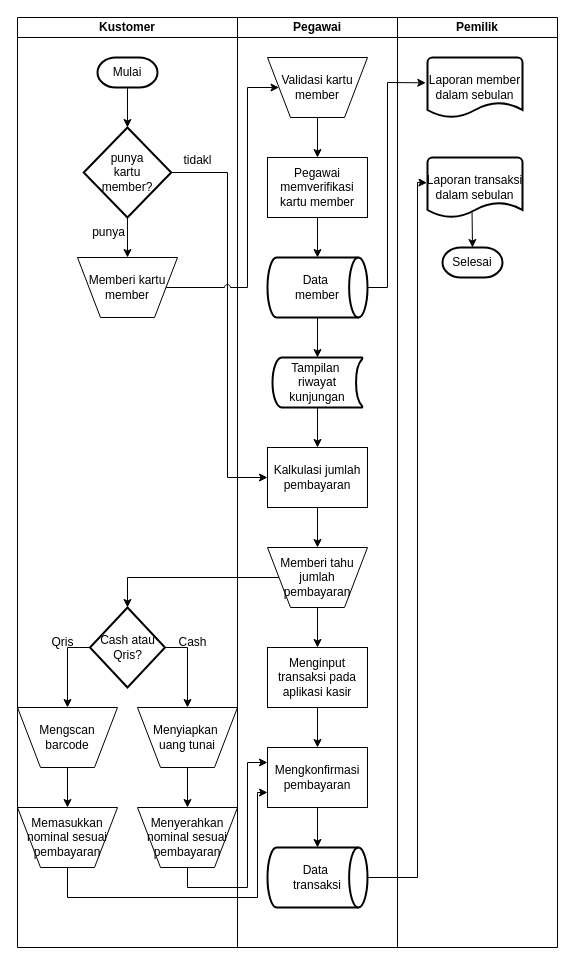
yogadwipayana/ERD keeps this draw.io diagram as Sistem Flow Barbershop[.drawio. Above is the earlier version. Source tidied: cells renumbered, new cells numbered last; positions are measured from the earlier drawing's top-left corner, leaving out a move shared by most shapes. Both pictures are drawn from the tidied source at 100%, with x=0, y=0 at pixel (17, 17).
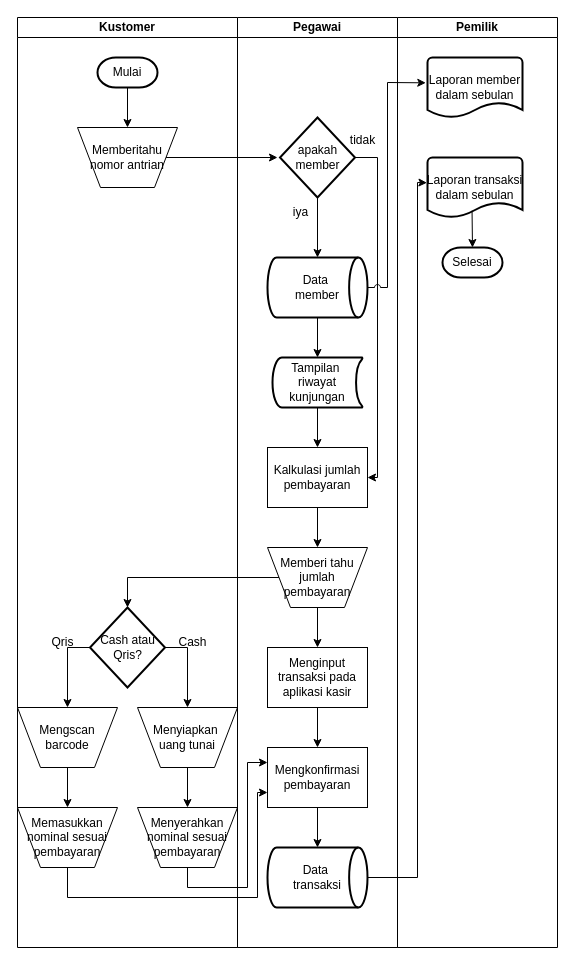
Above is the later version.

The change refers to these unchanged cells:
```xml
<mxCell id="2" value="Kustomer" style="swimlane;startSize=20;whiteSpace=wrap;html=1;" parent="1" vertex="1">
  <mxGeometry width="220" height="930" as="geometry" />
</mxCell>
<mxCell id="4" value="Mulai" style="strokeWidth=2;html=1;shape=mxgraph.flowchart.terminator;whiteSpace=wrap;" parent="2" vertex="1">
  <mxGeometry x="80" y="40" width="60" height="30" as="geometry" />
</mxCell>
<mxCell id="20" value="Pegawai" style="swimlane;startSize=20;whiteSpace=wrap;html=1;" parent="1" vertex="1">
  <mxGeometry x="220" width="160" height="930" as="geometry" />
</mxCell>
<mxCell id="26" value="&lt;div&gt;&lt;span style=&quot;background-color: transparent; color: light-dark(rgb(0, 0, 0), rgb(255, 255, 255));&quot;&gt;Kalkulasi jumlah pembayaran&lt;/span&gt;&lt;/div&gt;" style="whiteSpace=wrap;html=1;" parent="20" vertex="1">
  <mxGeometry x="30" y="430" width="100" height="60" as="geometry" />
</mxCell>
<mxCell id="35" value="Data&amp;nbsp;&lt;div&gt;member&lt;/div&gt;" style="strokeWidth=2;html=1;shape=mxgraph.flowchart.direct_data;whiteSpace=wrap;" parent="20" vertex="1">
  <mxGeometry x="30" y="240" width="100" height="60" as="geometry" />
</mxCell>
<mxCell id="42" value="Laporan&amp;nbsp;&lt;span style=&quot;background-color: transparent; color: light-dark(rgb(0, 0, 0), rgb(255, 255, 255));&quot;&gt;member&lt;/span&gt;&lt;div&gt;dalam sebulan&lt;/div&gt;" style="strokeWidth=2;html=1;shape=mxgraph.flowchart.document2;whiteSpace=wrap;size=0.25;" parent="38" vertex="1">
  <mxGeometry x="30" y="40" width="95" height="60" as="geometry" />
</mxCell>
```

Change to the diagram source:
```diff
@@
-    <mxCell id="3" value="punya&lt;div&gt;kartu&lt;/div&gt;&lt;div&gt;member?&lt;/div&gt;" style="strokeWidth=2;html=1;shape=mxgraph.flowchart.decision;whiteSpace=wrap;" parent="2" vertex="1">
-      <mxGeometry x="66.2" y="110" width="87.5" height="90" as="geometry" />
-    </mxCell>
@@
-    <mxCell id="5" style="endArrow=classic;html=1;rounded=0;exitX=0.5;exitY=1;exitDx=0;exitDy=0;exitPerimeter=0;entryX=0.5;entryY=0;entryDx=0;entryDy=0;entryPerimeter=0;" parent="2" edge="1" source="4" target="3">
-      <mxGeometry relative="1" as="geometry" />
+    <mxCell id="5" style="endArrow=classic;html=1;rounded=0;exitX=0.5;exitY=1;exitDx=0;exitDy=0;exitPerimeter=0;entryX=0.5;entryY=0;entryDx=0;entryDy=0;entryPerimeter=0;" parent="2" edge="1" source="4">
+      <mxGeometry relative="1" as="geometry">
+        <mxPoint x="110" y="110" as="targetPoint" />
+      </mxGeometry>
     </mxCell>
-    <mxCell id="6" value="Memberi kartu member" style="verticalLabelPosition=middle;verticalAlign=middle;html=1;shape=trapezoid;perimeter=trapezoidPerimeter;whiteSpace=wrap;size=0.23;arcSize=10;flipV=1;labelPosition=center;align=center;" parent="2" vertex="1">
-      <mxGeometry x="60" y="240" width="100" height="60" as="geometry" />
+    <mxCell id="6" value="Memberitahu&lt;div&gt;nomor antrian&lt;/div&gt;" style="verticalLabelPosition=middle;verticalAlign=middle;html=1;shape=trapezoid;perimeter=trapezoidPerimeter;whiteSpace=wrap;size=0.23;arcSize=10;flipV=1;labelPosition=center;align=center;" parent="2" vertex="1">
+      <mxGeometry x="60" y="110" width="100" height="60" as="geometry" />
     </mxCell>
-    <mxCell id="7" style="endArrow=classic;html=1;rounded=0;entryX=0.5;entryY=0;entryDx=0;entryDy=0;exitX=0.5;exitY=1;exitDx=0;exitDy=0;exitPerimeter=0;" parent="2" edge="1" source="3" target="6">
-      <mxGeometry relative="1" as="geometry" />
-    </mxCell>
-    <mxCell id="8" value="punya" style="text;html=1;align=center;verticalAlign=middle;strokeColor=none;fillColor=none;" parent="2" vertex="1">
-      <mxGeometry x="61.2" y="200" width="60" height="30" as="geometry" />
-    </mxCell>
@@
-    <mxCell id="21" value="Validasi kartu member" style="verticalLabelPosition=middle;verticalAlign=middle;html=1;shape=trapezoid;perimeter=trapezoidPerimeter;whiteSpace=wrap;size=0.23;arcSize=10;flipV=1;labelPosition=center;align=center;" parent="20" vertex="1">
-      <mxGeometry x="30" y="40" width="100" height="60" as="geometry" />
-    </mxCell>
-    <mxCell id="22" value="&lt;div&gt;&lt;span style=&quot;background-color: transparent; color: light-dark(rgb(0, 0, 0), rgb(255, 255, 255));&quot;&gt;Pegawai memverifikasi kartu member&lt;/span&gt;&lt;/div&gt;" style="whiteSpace=wrap;html=1;" parent="20" vertex="1">
-      <mxGeometry x="30" y="140" width="100" height="60" as="geometry" />
-    </mxCell>
@@
-    <mxCell id="24" style="endArrow=classic;html=1;rounded=0;exitX=0.5;exitY=1;exitDx=0;exitDy=0;" parent="20" edge="1" source="21" target="22">
-      <mxGeometry relative="1" as="geometry" />
-    </mxCell>
-    <mxCell id="25" style="endArrow=classic;html=1;rounded=0;exitX=0.5;exitY=1;exitDx=0;exitDy=0;entryX=0.5;entryY=0;entryDx=0;entryDy=0;entryPerimeter=0;" parent="20" edge="1" source="22" target="35">
-      <mxGeometry relative="1" as="geometry" />
-    </mxCell>
@@
+    <mxCell id="51" value="apakah member" style="strokeWidth=2;html=1;shape=mxgraph.flowchart.decision;whiteSpace=wrap;" parent="20" vertex="1">
+      <mxGeometry x="42.5" y="100" width="75" height="80" as="geometry" />
+    </mxCell>
+    <mxCell id="52" style="endArrow=classic;html=1;rounded=0;exitX=0.5;exitY=1;exitDx=0;exitDy=0;exitPerimeter=0;entryX=0.5;entryY=0;entryDx=0;entryDy=0;entryPerimeter=0;" parent="20" edge="1" source="51" target="35">
+      <mxGeometry relative="1" as="geometry" />
+    </mxCell>
+    <mxCell id="53" style="endArrow=classic;html=1;rounded=0;exitX=1;exitY=0.5;exitDx=0;exitDy=0;exitPerimeter=0;entryX=1;entryY=0.5;entryDx=0;entryDy=0;jumpStyle=arc;" parent="20" edge="1" source="51" target="26">
+      <mxGeometry relative="1" as="geometry">
+        <Array as="points">
+          <mxPoint x="140" y="140" />
+          <mxPoint x="140" y="460" />
+        </Array>
+      </mxGeometry>
+    </mxCell>
+    <mxCell id="54" value="iya" style="text;html=1;align=center;verticalAlign=middle;strokeColor=none;fillColor=none;" parent="20" vertex="1">
+      <mxGeometry x="42.5" y="180" width="40" height="30" as="geometry" />
+    </mxCell>
+    <mxCell id="55" value="tidak" style="text;html=1;align=center;verticalAlign=middle;strokeColor=none;fillColor=none;" parent="20" vertex="1">
+      <mxGeometry x="100" y="108" width="50" height="30" as="geometry" />
+    </mxCell>
@@
-    <mxCell id="44" value="tidakl" style="text;html=1;align=center;verticalAlign=middle;strokeColor=none;fillColor=none;" parent="1" vertex="1">
-      <mxGeometry x="155" y="128" width="50" height="30" as="geometry" />
-    </mxCell>
-    <mxCell id="45" style="endArrow=classic;html=1;rounded=0;exitX=1;exitY=0.5;exitDx=0;exitDy=0;exitPerimeter=0;entryX=0;entryY=0.5;entryDx=0;entryDy=0;" parent="1" edge="1" source="3" target="26">
-      <mxGeometry relative="1" as="geometry">
-        <Array as="points">
-          <mxPoint x="210" y="155" />
-          <mxPoint x="210" y="460" />
-        </Array>
-      </mxGeometry>
-    </mxCell>
-    <mxCell id="46" style="endArrow=classic;html=1;rounded=0;exitX=1;exitY=0.5;exitDx=0;exitDy=0;entryX=0;entryY=0.5;entryDx=0;entryDy=0;jumpStyle=arc;" parent="1" edge="1" source="6" target="21">
-      <mxGeometry relative="1" as="geometry">
-        <Array as="points">
-          <mxPoint x="230" y="270" />
-          <mxPoint x="230" y="70" />
-        </Array>
-      </mxGeometry>
-    </mxCell>
-    <mxCell id="47" style="endArrow=classic;html=1;rounded=0;exitX=1;exitY=0.5;exitDx=0;exitDy=0;exitPerimeter=0;entryX=-0.018;entryY=0.422;entryDx=0;entryDy=0;entryPerimeter=0;" parent="1" edge="1" source="35" target="42">
+    <mxCell id="47" style="endArrow=classic;html=1;rounded=0;exitX=1;exitY=0.5;exitDx=0;exitDy=0;exitPerimeter=0;entryX=-0.018;entryY=0.422;entryDx=0;entryDy=0;entryPerimeter=0;jumpStyle=arc;" parent="1" edge="1" source="35" target="42">
       <mxGeometry relative="1" as="geometry">
         <Array as="points">
           <mxPoint x="370" y="270" />
           <mxPoint x="370" y="65" />
         </Array>
       </mxGeometry>
     </mxCell>
@@
+    <mxCell id="56" style="endArrow=classic;html=1;rounded=0;exitX=1;exitY=0.5;exitDx=0;exitDy=0;" parent="1" edge="1" source="6">
+      <mxGeometry relative="1" as="geometry">
+        <mxPoint x="260" y="140" as="targetPoint" />
+      </mxGeometry>
+    </mxCell>
```
